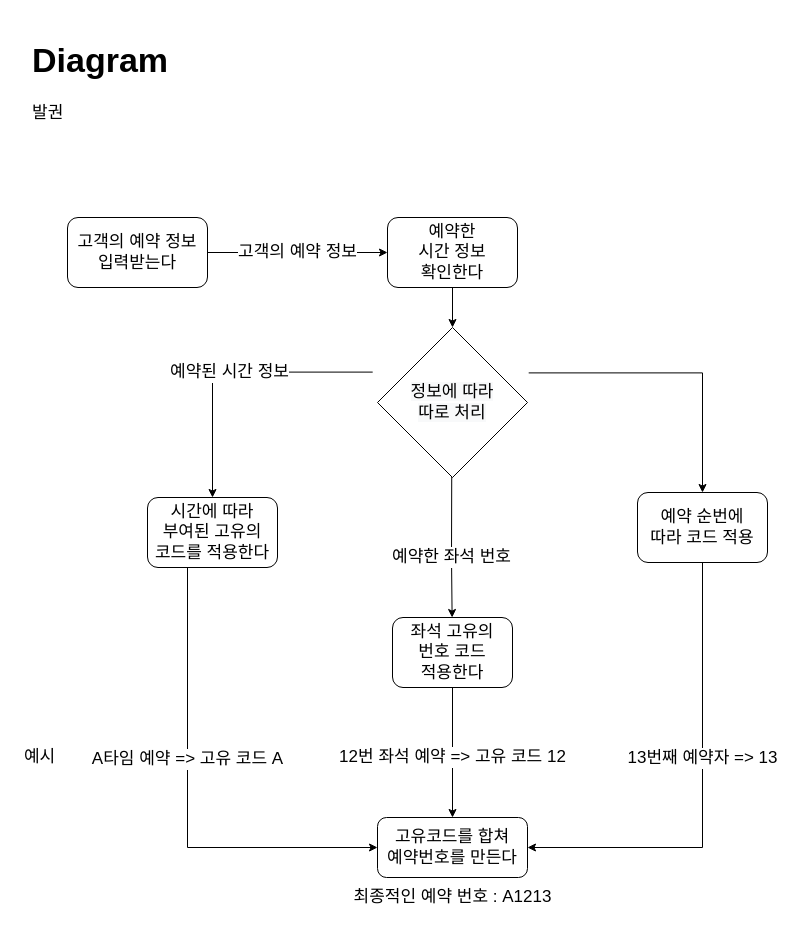
Earlier version of the draw.io diagram baalgwon.drawio (StrongCatWill/SWProject). Source tidied: cells renumbered, new cells numbered last; positions are measured from the earlier drawing's top-left corner, leaving out a move shared by most shapes. Both pictures are drawn from the tidied source at 100%, with x=0, y=0 at pixel (17, 27).
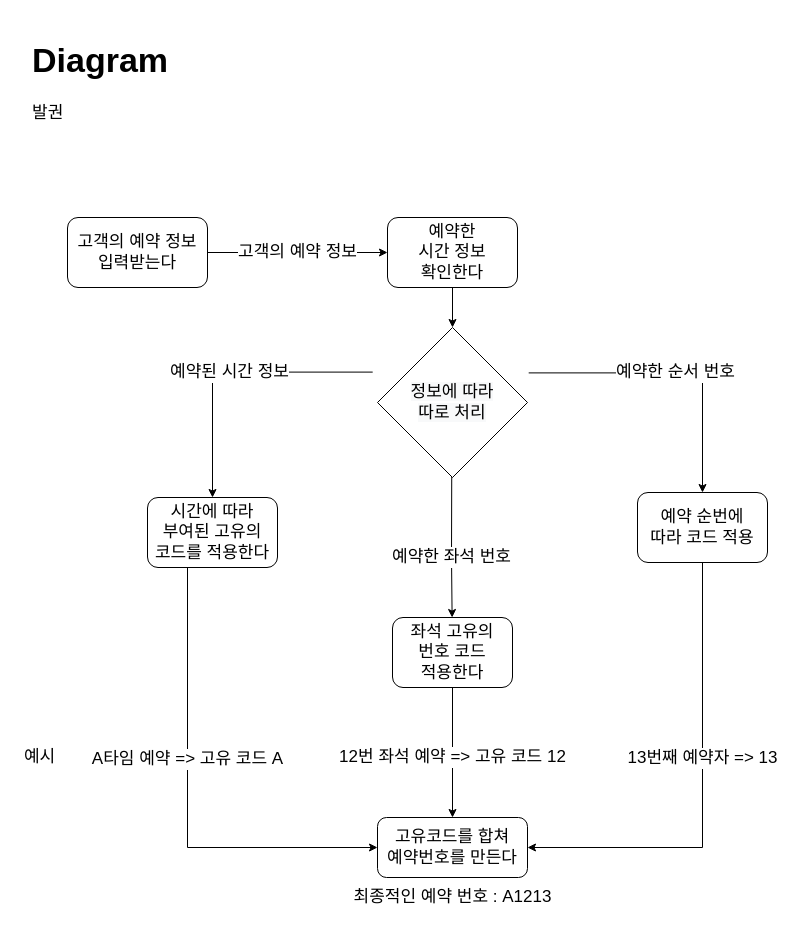
Above is the later version.

Unchanged cells that the change refers to:
```xml
<mxCell id="13" value="예약 순번에&lt;br&gt;따라 코드 적용" style="rounded=1;whiteSpace=wrap;html=1;fontSize=17;" parent="1" vertex="1">
  <mxGeometry x="620" y="465" width="130" height="70" as="geometry" />
</mxCell>
```

The edit, as a diff of the source:
```diff
@@
-    <mxCell id="12" style="edgeStyle=segmentEdgeStyle;endArrow=classic;html=1;rounded=0;fontSize=17;exitX=1.008;exitY=0.504;exitDx=0;exitDy=0;exitPerimeter=0;entryX=0.5;entryY=0;entryDx=0;entryDy=0;" parent="1" edge="1" target="13">
+    <mxCell id="12" value="예약한 순서 번호" style="edgeStyle=segmentEdgeStyle;endArrow=classic;html=1;rounded=0;fontSize=17;exitX=1.008;exitY=0.504;exitDx=0;exitDy=0;exitPerimeter=0;entryX=0.5;entryY=0;entryDx=0;entryDy=0;" parent="1" edge="1" target="13">
       <mxGeometry relative="1" as="geometry">
         <mxPoint x="511.2" y="345.4" as="sourcePoint" />
       </mxGeometry>
     </mxCell>
```
